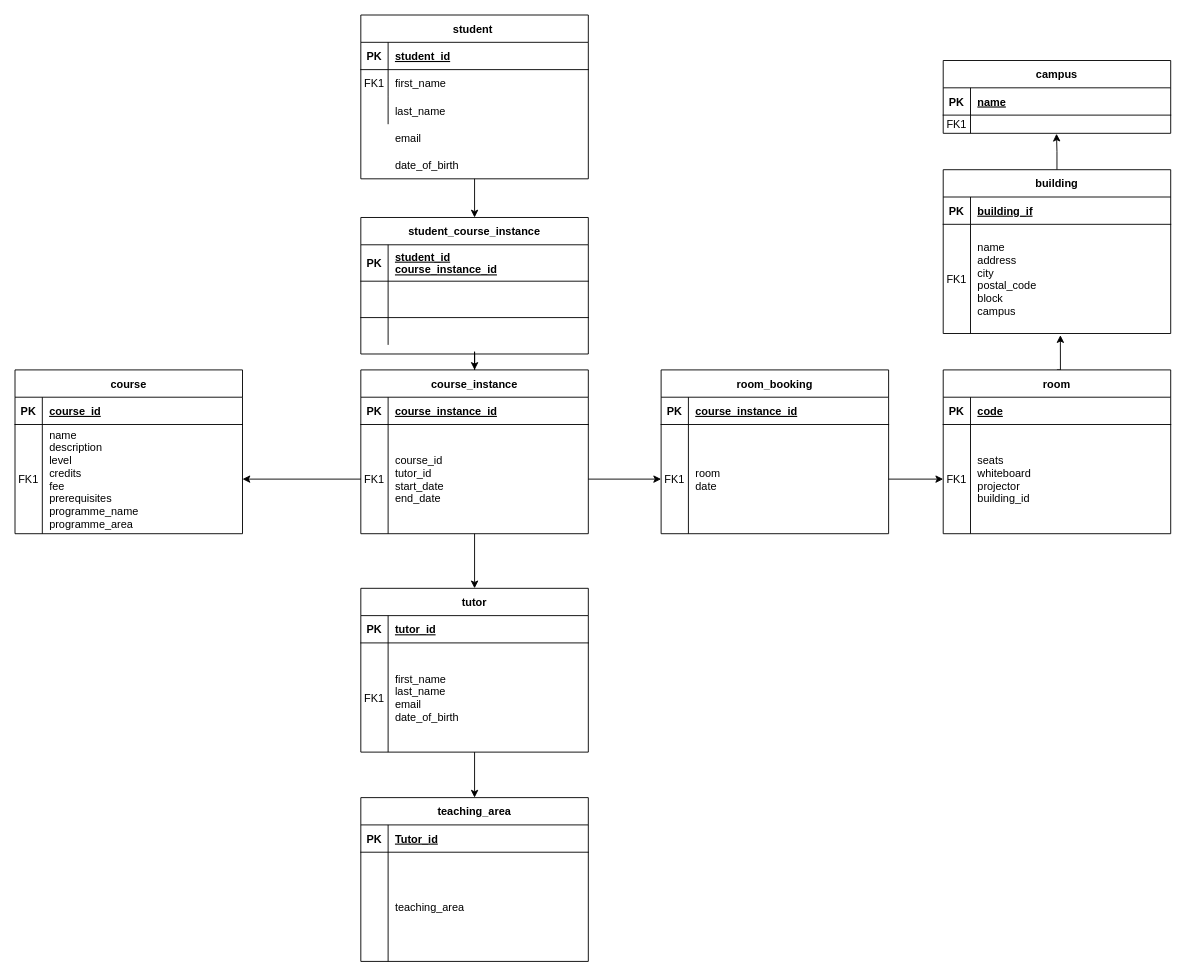
The draw.io diagram Untitled Diagram.drawio in josephcruel/DAT-Normalization-, before the edit. Source tidied: cells renumbered, new cells numbered last; positions are measured from the earlier drawing's top-left corner, leaving out a move shared by most shapes. Both pictures are drawn from the tidied source at 91%, with x=0, y=0 at pixel (15, 15).
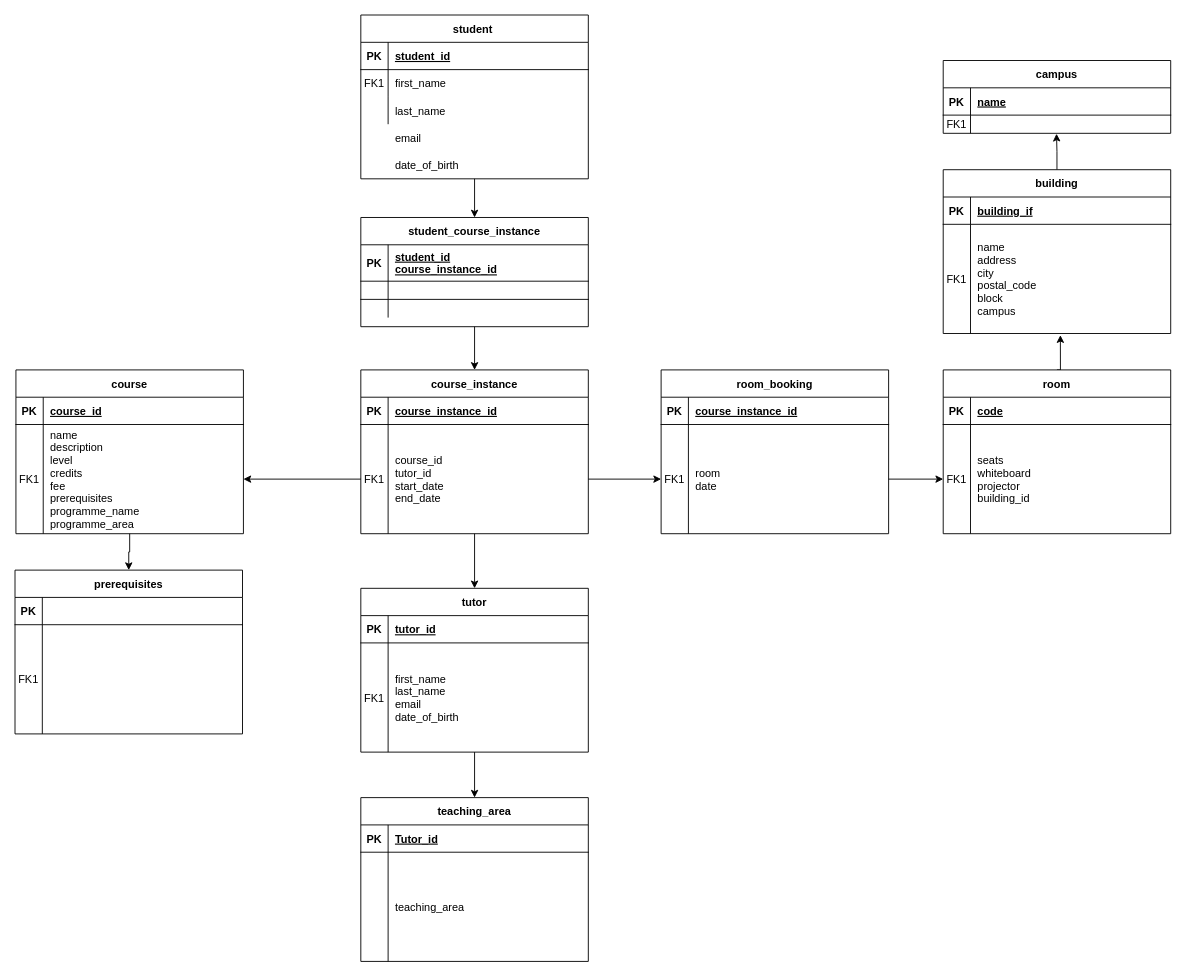
After the change.

What changed in the source:
```diff
@@
     <mxCell id="14" value="student_course_instance" style="shape=table;startSize=30;childLayout=tableLayout;rowLines=0;fontStyle=1;align=center;" parent="1" vertex="1">
-      <mxGeometry x="380" y="222.5" width="250" height="150" as="geometry" />
+      <mxGeometry x="380" y="222.5" width="250" height="120" as="geometry" />
     </mxCell>
@@
     <mxCell id="18" style="shape=partialRectangle;fillColor=none;top=0;left=0;right=0;bottom=1;" parent="14" vertex="1">
-      <mxGeometry y="70" width="250" height="40" as="geometry" />
+      <mxGeometry y="70" width="250" height="20" as="geometry" />
     </mxCell>
     <mxCell id="19" style="shape=partialRectangle;overflow=hidden;fillColor=none;top=0;left=0;bottom=0;right=0;fontStyle=1;" parent="18" vertex="1">
-      <mxGeometry width="30" height="40" as="geometry" />
+      <mxGeometry width="30" height="20" as="geometry" />
     </mxCell>
     <mxCell id="20" style="shape=partialRectangle;overflow=hidden;fillColor=none;top=0;left=0;bottom=0;right=0;align=left;spacingLeft=6;fontStyle=5;" parent="18" vertex="1">
-      <mxGeometry x="30" width="220" height="40" as="geometry" />
+      <mxGeometry x="30" width="220" height="20" as="geometry" />
     </mxCell>
     <mxCell id="21" style="shape=partialRectangle;fillColor=none;top=0;left=0;right=0;bottom=0;" parent="14" vertex="1">
-      <mxGeometry y="110" width="250" height="30" as="geometry" />
+      <mxGeometry y="90" width="250" height="20" as="geometry" />
     </mxCell>
     <mxCell id="22" style="shape=partialRectangle;overflow=hidden;fillColor=none;top=0;left=0;bottom=0;right=0;" parent="21" vertex="1">
-      <mxGeometry width="30" height="30" as="geometry" />
+      <mxGeometry width="30" height="20" as="geometry" />
     </mxCell>
     <mxCell id="23" style="shape=partialRectangle;overflow=hidden;fillColor=none;top=0;left=0;bottom=0;right=0;align=left;spacingLeft=6;" parent="21" vertex="1">
-      <mxGeometry x="30" width="220" height="30" as="geometry" />
+      <mxGeometry x="30" width="220" height="20" as="geometry" />
     </mxCell>
@@
+    <mxCell id="91" style="edgeStyle=orthogonalEdgeStyle;rounded=0;jettySize=auto;html=1;entryX=0.5;entryY=0;entryDx=0;entryDy=0;" parent="1" edge="1" source="51" target="92">
+      <mxGeometry relative="1" as="geometry" />
+    </mxCell>
     <mxCell id="51" value="course" style="shape=table;startSize=30;childLayout=tableLayout;rowLines=0;fontStyle=1;align=center;" parent="1" vertex="1">
-      <mxGeometry y="390" width="250" height="180" as="geometry" />
+      <mxGeometry x="1" y="390" width="250" height="180" as="geometry" />
     </mxCell>
@@
+    <mxCell id="92" value="prerequisites" style="shape=table;startSize=30;childLayout=tableLayout;rowLines=0;fontStyle=1;align=center;" parent="1" vertex="1">
+      <mxGeometry y="610" width="250" height="180" as="geometry" />
+    </mxCell>
+    <mxCell id="93" style="shape=partialRectangle;fillColor=none;top=0;left=0;right=0;bottom=1;" parent="92" vertex="1">
+      <mxGeometry y="30" width="250" height="30" as="geometry" />
+    </mxCell>
+    <mxCell id="94" value="PK" style="shape=partialRectangle;overflow=hidden;fillColor=none;top=0;left=0;bottom=0;right=0;fontStyle=1;" parent="93" vertex="1">
+      <mxGeometry width="30" height="30" as="geometry" />
+    </mxCell>
+    <mxCell id="95" style="shape=partialRectangle;overflow=hidden;fillColor=none;top=0;left=0;bottom=0;right=0;align=left;spacingLeft=6;fontStyle=5;" parent="93" vertex="1">
+      <mxGeometry x="30" width="220" height="30" as="geometry" />
+    </mxCell>
+    <mxCell id="96" style="shape=partialRectangle;fillColor=none;top=0;left=0;right=0;bottom=0;" parent="92" vertex="1">
+      <mxGeometry y="60" width="250" height="120" as="geometry" />
+    </mxCell>
+    <mxCell id="97" value="FK1" style="shape=partialRectangle;overflow=hidden;fillColor=none;top=0;left=0;bottom=0;right=0;" parent="96" vertex="1">
+      <mxGeometry width="30" height="120" as="geometry" />
+    </mxCell>
+    <mxCell id="98" style="shape=partialRectangle;overflow=hidden;fillColor=none;top=0;left=0;bottom=0;right=0;align=left;spacingLeft=6;" parent="96" vertex="1">
+      <mxGeometry x="30" width="220" height="120" as="geometry" />
+    </mxCell>
```
